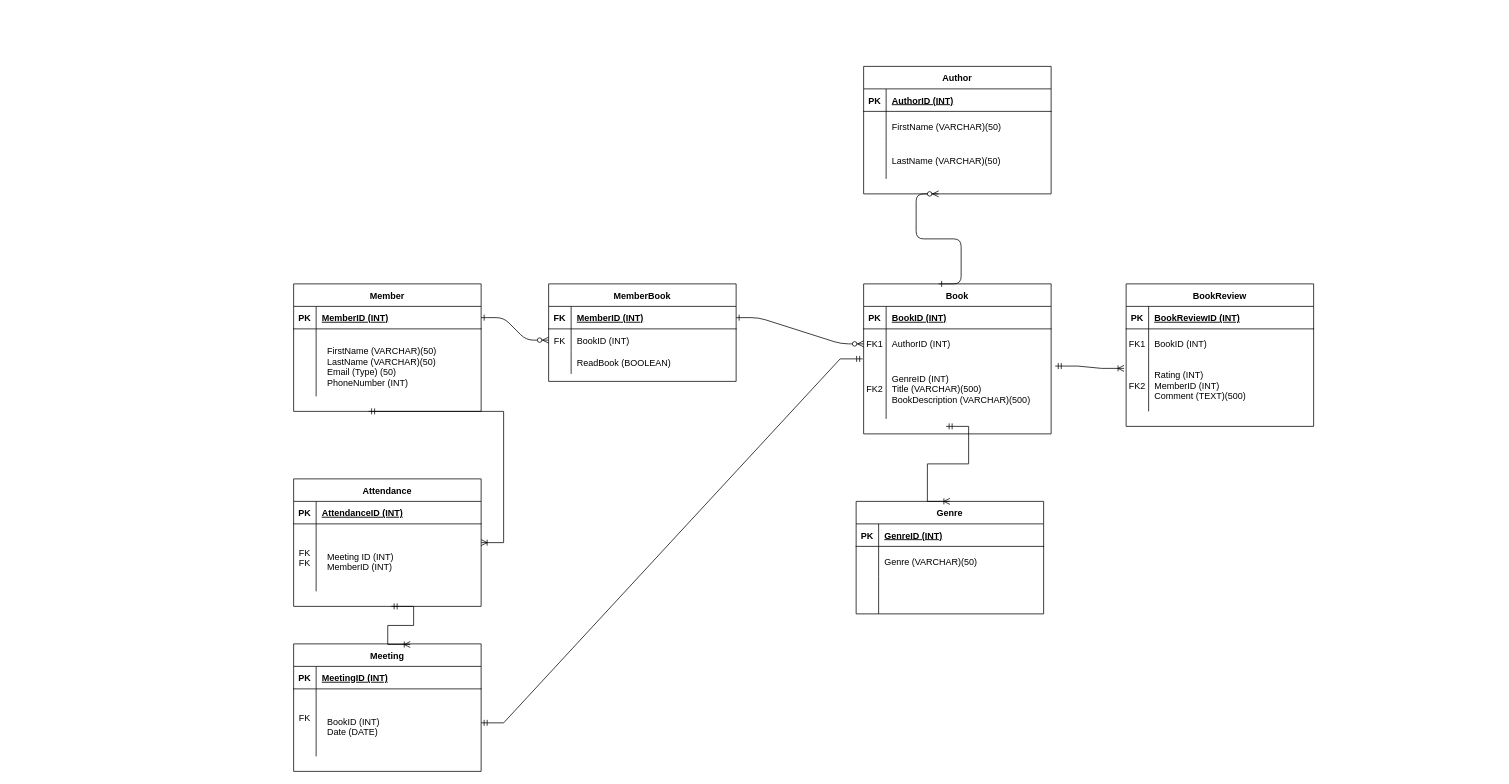
The draw.io diagram ERD_BookClub.drawio in SamanthaVS-BBD/Database-levelup-bookClub, before the edit. Source tidied: cells renumbered, new cells numbered last; positions are measured from the earlier drawing's top-left corner, leaving out a move shared by most shapes. Both pictures are drawn from the tidied source at 75%, with x=0, y=0 at pixel (293, 66).
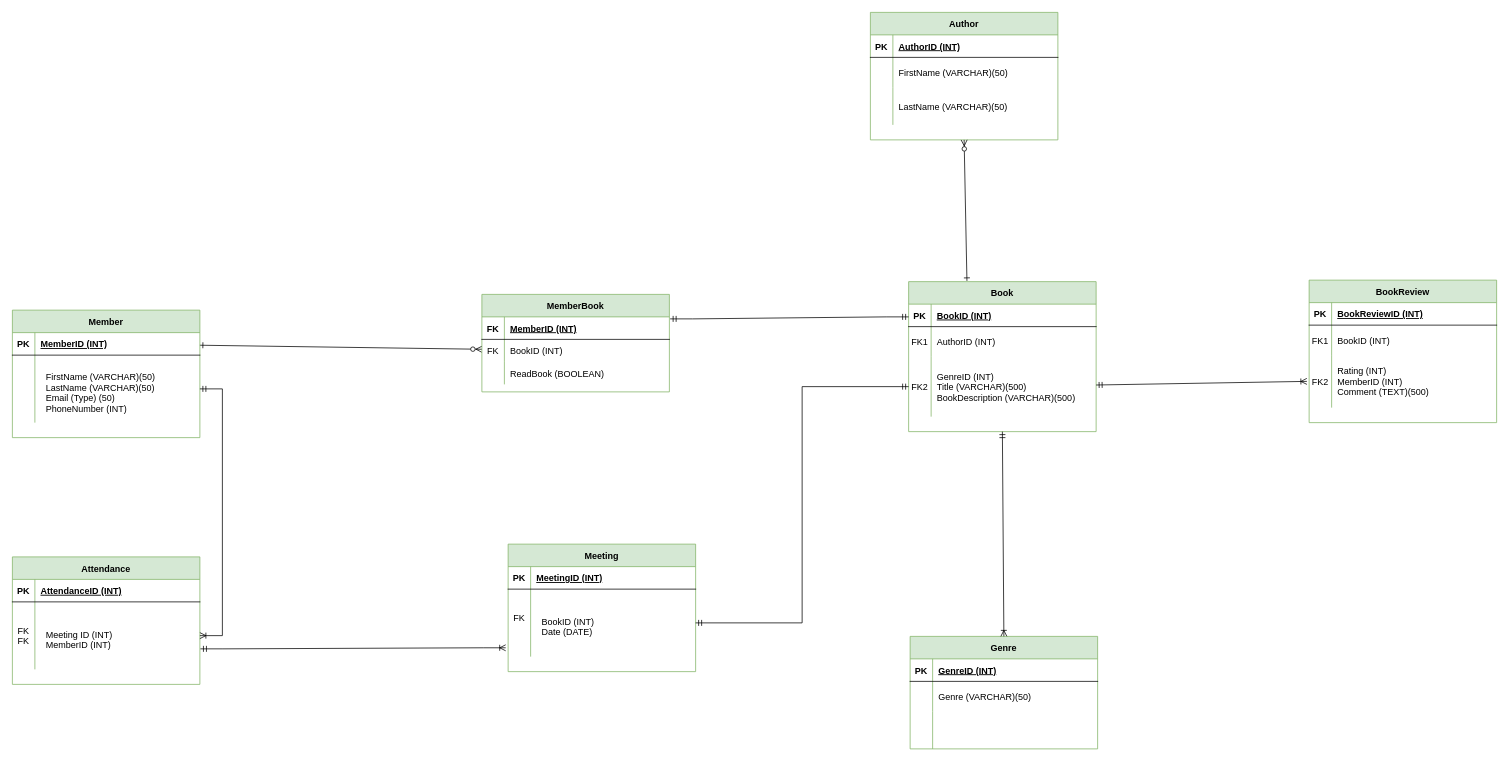
The same diagram, later.

Commit message:
Update ERD_BookClub.drawio. Another one

The change refers to these unchanged cells:
```xml
<mxCell id="5" style="shape=partialRectangle;fillColor=none;points=[[0,0.5],[1,0.5]];portConstraint=eastwest;top=0;left=0;right=0;bottom=1;" parent="4" vertex="1">
  <mxGeometry y="30" width="250" height="30" as="geometry" />
</mxCell>
<mxCell id="8" style="shape=partialRectangle;fillColor=none;points=[[0,0.5],[1,0.5]];portConstraint=eastwest;top=0;left=0;right=0;bottom=0;" parent="4" vertex="1">
  <mxGeometry y="60" width="250" height="30" as="geometry" />
</mxCell>
<mxCell id="21" style="shape=partialRectangle;fillColor=none;points=[[0,0.5],[1,0.5]];portConstraint=eastwest;top=0;left=0;right=0;bottom=0;" parent="14" vertex="1">
  <mxGeometry y="100" width="250" height="80" as="geometry" />
</mxCell>
<mxCell id="25" style="shape=partialRectangle;fillColor=none;points=[[0,0.5],[1,0.5]];portConstraint=eastwest;top=0;left=0;right=0;bottom=1;" parent="24" vertex="1">
  <mxGeometry y="30" width="250" height="30" as="geometry" />
</mxCell>
<mxCell id="28" style="shape=partialRectangle;fillColor=none;points=[[0,0.5],[1,0.5]];portConstraint=eastwest;top=0;left=0;right=0;bottom=0;" parent="24" vertex="1">
  <mxGeometry y="60" width="250" height="90" as="geometry" />
</mxCell>
<mxCell id="60" style="shape=partialRectangle;fillColor=none;points=[[0,0.5],[1,0.5]];portConstraint=eastwest;top=0;left=0;right=0;bottom=0;" parent="53" vertex="1">
  <mxGeometry y="100" width="250" height="70" as="geometry" />
</mxCell>
<mxCell id="68" style="shape=partialRectangle;fillColor=none;points=[[0,0.5],[1,0.5]];portConstraint=eastwest;top=0;left=0;right=0;bottom=0;" parent="64" vertex="1">
  <mxGeometry y="60" width="250" height="90" as="geometry" />
</mxCell>
<mxCell id="76" style="shape=partialRectangle;fillColor=none;points=[[0,0.5],[1,0.5]];portConstraint=eastwest;top=0;left=0;right=0;bottom=0;" parent="72" vertex="1">
  <mxGeometry y="60" width="250" height="90" as="geometry" />
</mxCell>
```

Change to the diagram source:
```diff
@@
-    <mxCell id="2" style="edgeStyle=entityRelationEdgeStyle;endArrow=ERzeroToMany;startArrow=ERone;endFill=1;startFill=0;" parent="1" edge="1" source="25" target="8">
+    <mxCell id="2" style="endArrow=ERzeroToMany;startArrow=ERone;endFill=1;startFill=0;" parent="1" edge="1" source="25" target="8">
       <mxGeometry relative="1" as="geometry" />
     </mxCell>
-    <mxCell id="3" style="edgeStyle=entityRelationEdgeStyle;endArrow=ERzeroToMany;startArrow=ERone;endFill=1;startFill=0;" parent="1" edge="1" source="5" target="18">
-      <mxGeometry relative="1" as="geometry" />
-    </mxCell>
-    <mxCell id="4" value="MemberBook" style="shape=table;startSize=30;childLayout=tableLayout;rowLines=0;fontStyle=1;align=center;" parent="1" vertex="1">
-      <mxGeometry x="340" y="290" width="250" height="130" as="geometry" />
+    <mxCell id="4" value="MemberBook" style="shape=table;startSize=30;childLayout=tableLayout;rowLines=0;fontStyle=1;align=center;fillColor=#d5e8d4;strokeColor=#82b366;" parent="1" vertex="1">
+      <mxGeometry x="251" y="304" width="250" height="130" as="geometry" />
     </mxCell>
@@
-    <mxCell id="14" value="Book" style="shape=table;startSize=30;childLayout=tableLayout;rowLines=0;fontStyle=1;align=center;" parent="1" vertex="1">
-      <mxGeometry x="760" y="290" width="250" height="200" as="geometry" />
+    <mxCell id="14" value="Book" style="shape=table;startSize=30;childLayout=tableLayout;rowLines=0;fontStyle=1;align=center;fillColor=#d5e8d4;strokeColor=#82b366;" parent="1" vertex="1">
+      <mxGeometry x="820" y="287" width="250" height="200" as="geometry" />
     </mxCell>
@@
-    <mxCell id="18" style="shape=partialRectangle;fillColor=none;points=[[0,0.5],[1,0.5]];portConstraint=eastwest;top=0;left=0;right=0;bottom=0;" parent="14" vertex="1">
+    <mxCell id="18" style="shape=partialRectangle;fillColor=none;points=[[0,0.5],[1,0.5]];portConstraint=eastwest;top=0;left=0;right=0;bottom=0;perimeterSpacing=1;shadow=0;" parent="14" vertex="1">
       <mxGeometry y="60" width="250" height="40" as="geometry" />
     </mxCell>
@@
-    <mxCell id="20" value="AuthorID (INT)" style="shape=partialRectangle;overflow=hidden;fillColor=none;top=0;left=0;bottom=0;right=0;align=left;spacingLeft=6;" parent="18" vertex="1">
+    <mxCell id="20" value="AuthorID (INT)" style="shape=partialRectangle;overflow=hidden;fillColor=none;top=0;left=0;bottom=0;right=0;align=left;spacingLeft=6;labelBorderColor=none;" parent="18" vertex="1">
       <mxGeometry x="30" width="220" height="40" as="geometry" />
     </mxCell>
@@
-    <mxCell id="24" value="Member" style="shape=table;startSize=30;childLayout=tableLayout;rowLines=0;fontStyle=1;align=center;" parent="1" vertex="1">
-      <mxGeometry y="290" width="250" height="170" as="geometry" />
+    <mxCell id="24" value="Member" style="shape=table;startSize=30;childLayout=tableLayout;rowLines=0;fontStyle=1;align=center;fillColor=#d5e8d4;strokeColor=#82b366;" parent="1" vertex="1">
+      <mxGeometry x="-375" y="325" width="250" height="170" as="geometry" />
     </mxCell>
@@
-    <mxCell id="31" value="Author" style="shape=table;startSize=30;childLayout=tableLayout;rowLines=0;fontStyle=1;align=center;" parent="1" vertex="1">
-      <mxGeometry x="760" width="250" height="170" as="geometry" />
+    <mxCell id="31" value="Author" style="shape=table;startSize=30;childLayout=tableLayout;rowLines=0;fontStyle=1;align=center;fillColor=#d5e8d4;strokeColor=#82b366;" parent="1" vertex="1">
+      <mxGeometry x="769" y="-72" width="250" height="170" as="geometry" />
     </mxCell>
@@
-    <mxCell id="41" value="Genre" style="shape=table;startSize=30;childLayout=tableLayout;rowLines=0;fontStyle=1;align=center;" parent="1" vertex="1">
-      <mxGeometry x="750" y="580" width="250" height="150" as="geometry" />
+    <mxCell id="41" value="Genre" style="shape=table;startSize=30;childLayout=tableLayout;rowLines=0;fontStyle=1;align=center;fillColor=#d5e8d4;strokeColor=#82b366;" parent="1" vertex="1">
+      <mxGeometry x="822" y="760" width="250" height="150" as="geometry" />
     </mxCell>
@@
-    <mxCell id="51" style="edgeStyle=entityRelationEdgeStyle;endArrow=ERzeroToMany;startArrow=ERone;endFill=1;startFill=0;" parent="1" edge="1">
-      <mxGeometry relative="1" as="geometry">
-        <mxPoint x="860" y="290" as="sourcePoint" />
-        <mxPoint x="860" y="170" as="targetPoint" />
-        <Array as="points">
-          <mxPoint x="840" y="260" />
-        </Array>
-      </mxGeometry>
+    <mxCell id="51" style="endArrow=ERzeroToMany;startArrow=ERone;endFill=1;startFill=0;exitX=0.311;exitY=-0.005;exitDx=0;exitDy=0;exitPerimeter=0;entryX=0.5;entryY=1;entryDx=0;entryDy=0;" parent="1" edge="1" source="14" target="31">
+      <mxGeometry relative="1" as="geometry" />
     </mxCell>
-    <mxCell id="52" style="edgeStyle=entityRelationEdgeStyle;fontSize=12;html=1;endArrow=ERoneToMany;startArrow=ERmandOne;rounded=0;entryX=0.5;entryY=0;entryDx=0;entryDy=0;" parent="1" edge="1" target="41">
-      <mxGeometry relative="1" as="geometry">
-        <mxPoint x="870" y="480" as="sourcePoint" />
-      </mxGeometry>
+    <mxCell id="52" style="fontSize=12;html=1;endArrow=ERoneToMany;startArrow=ERmandOne;rounded=0;entryX=0.5;entryY=0;entryDx=0;entryDy=0;exitX=0.5;exitY=1;exitDx=0;exitDy=0;" parent="1" edge="1" source="14" target="41">
+      <mxGeometry relative="1" as="geometry" />
     </mxCell>
-    <mxCell id="53" value="BookReview" style="shape=table;startSize=30;childLayout=tableLayout;rowLines=0;fontStyle=1;align=center;" parent="1" vertex="1">
-      <mxGeometry x="1110" y="290" width="250" height="190" as="geometry" />
+    <mxCell id="53" value="BookReview" style="shape=table;startSize=30;childLayout=tableLayout;rowLines=0;fontStyle=1;align=center;fillColor=#d5e8d4;strokeColor=#82b366;" parent="1" vertex="1">
+      <mxGeometry x="1354" y="285" width="250" height="190" as="geometry" />
     </mxCell>
@@
-    <mxCell id="63" style="edgeStyle=entityRelationEdgeStyle;fontSize=12;html=1;endArrow=ERoneToMany;startArrow=ERmandOne;rounded=0;entryX=-0.011;entryY=0.181;entryDx=0;entryDy=0;exitX=1.022;exitY=0.12;exitDx=0;exitDy=0;exitPerimeter=0;entryPerimeter=0;" parent="1" edge="1" source="21" target="60">
+    <mxCell id="63" style="fontSize=12;html=1;endArrow=ERoneToMany;startArrow=ERmandOne;rounded=0;" parent="1" edge="1" source="21">
       <mxGeometry relative="1" as="geometry">
-        <Array as="points">
-          <mxPoint x="1225" y="270" />
-        </Array>
+        <mxPoint x="1351" y="420" as="targetPoint" />
       </mxGeometry>
     </mxCell>
-    <mxCell id="64" value="Attendance" style="shape=table;startSize=30;childLayout=tableLayout;rowLines=0;fontStyle=1;align=center;" parent="1" vertex="1">
-      <mxGeometry y="550" width="250" height="170" as="geometry" />
+    <mxCell id="64" value="Attendance" style="shape=table;startSize=30;childLayout=tableLayout;rowLines=0;fontStyle=1;align=center;fillColor=#d5e8d4;strokeColor=#82b366;" parent="1" vertex="1">
+      <mxGeometry x="-375" y="654" width="250" height="170" as="geometry" />
     </mxCell>
@@
-    <mxCell id="71" style="edgeStyle=entityRelationEdgeStyle;fontSize=12;html=1;endArrow=ERoneToMany;startArrow=ERmandOne;rounded=0;" parent="1" edge="1" target="64">
+    <mxCell id="71" style="edgeStyle=entityRelationEdgeStyle;fontSize=12;html=1;endArrow=ERoneToMany;startArrow=ERmandOne;rounded=0;exitX=1;exitY=0.5;exitDx=0;exitDy=0;entryX=1;entryY=0.5;entryDx=0;entryDy=0;" parent="1" edge="1" source="28" target="68">
       <mxGeometry relative="1" as="geometry">
-        <mxPoint x="100" y="460" as="sourcePoint" />
         <Array as="points">
-          <mxPoint x="210" y="382" />
-          <mxPoint x="120" y="520" />
-          <mxPoint x="80" y="560" />
+          <mxPoint x="288" y="368.4" />
+          <mxPoint x="198" y="506.4" />
+          <mxPoint x="158" y="546.4" />
+          <mxPoint x="12" y="735" />
         </Array>
       </mxGeometry>
     </mxCell>
-    <mxCell id="72" value="Meeting" style="shape=table;startSize=30;childLayout=tableLayout;rowLines=0;fontStyle=1;align=center;" parent="1" vertex="1">
-      <mxGeometry y="770" width="250" height="170" as="geometry" />
+    <mxCell id="72" value="Meeting" style="shape=table;startSize=30;childLayout=tableLayout;rowLines=0;fontStyle=1;align=center;fillColor=#d5e8d4;strokeColor=#82b366;" parent="1" vertex="1">
+      <mxGeometry x="286" y="637" width="250" height="170" as="geometry" />
     </mxCell>
@@
-    <mxCell id="79" style="edgeStyle=entityRelationEdgeStyle;fontSize=12;html=1;endArrow=ERoneToMany;startArrow=ERmandOne;rounded=0;entryX=0.622;entryY=0.005;entryDx=0;entryDy=0;entryPerimeter=0;" parent="1" edge="1" target="72">
+    <mxCell id="79" style="edgeStyle=entityRelationEdgeStyle;fontSize=12;html=1;endArrow=ERoneToMany;startArrow=ERmandOne;rounded=0;entryX=-0.013;entryY=0.869;entryDx=0;entryDy=0;entryPerimeter=0;exitX=1.003;exitY=0.696;exitDx=0;exitDy=0;exitPerimeter=0;" parent="1" edge="1" source="68" target="76">
       <mxGeometry relative="1" as="geometry">
-        <mxPoint x="130" y="720" as="sourcePoint" />
         <Array as="points">
           <mxPoint x="240" y="642" />
           <mxPoint x="150" y="780" />
           <mxPoint x="110" y="820" />
         </Array>
       </mxGeometry>
     </mxCell>
-    <mxCell id="80" style="edgeStyle=entityRelationEdgeStyle;fontSize=12;html=1;endArrow=ERmandOne;startArrow=ERmandOne;rounded=0;entryX=-0.005;entryY=0.21;entryDx=0;entryDy=0;entryPerimeter=0;" parent="1" edge="1">
-      <mxGeometry relative="1" as="geometry">
-        <mxPoint x="250" y="875.3" as="sourcePoint" />
-        <mxPoint x="758.7" y="390" as="targetPoint" />
-        <Array as="points">
-          <mxPoint x="670" y="685.3" />
-          <mxPoint x="300" y="525.3" />
-          <mxPoint x="420" y="445.3" />
-          <mxPoint x="710" y="705.3" />
-          <mxPoint x="700" y="685.3" />
-          <mxPoint x="760" y="735.3" />
-        </Array>
-      </mxGeometry>
+    <mxCell id="80" style="edgeStyle=orthogonalEdgeStyle;fontSize=12;html=1;endArrow=ERmandOne;startArrow=ERmandOne;rounded=0;entryX=0;entryY=0.5;entryDx=0;entryDy=0;exitX=1;exitY=0.5;exitDx=0;exitDy=0;" parent="1" edge="1" source="76" target="21">
+      <mxGeometry relative="1" as="geometry" />
     </mxCell>
+    <mxCell id="81" style="edgeStyle=entityRelationEdgeStyle;fontSize=12;html=1;endArrow=ERmandOne;startArrow=ERmandOne;rounded=0;exitX=1.004;exitY=0.089;exitDx=0;exitDy=0;exitPerimeter=0;" parent="1" edge="1" source="5">
+      <mxGeometry relative="1" as="geometry">
+        <mxPoint x="820" y="334" as="targetPoint" />
+      </mxGeometry>
+    </mxCell>
```
